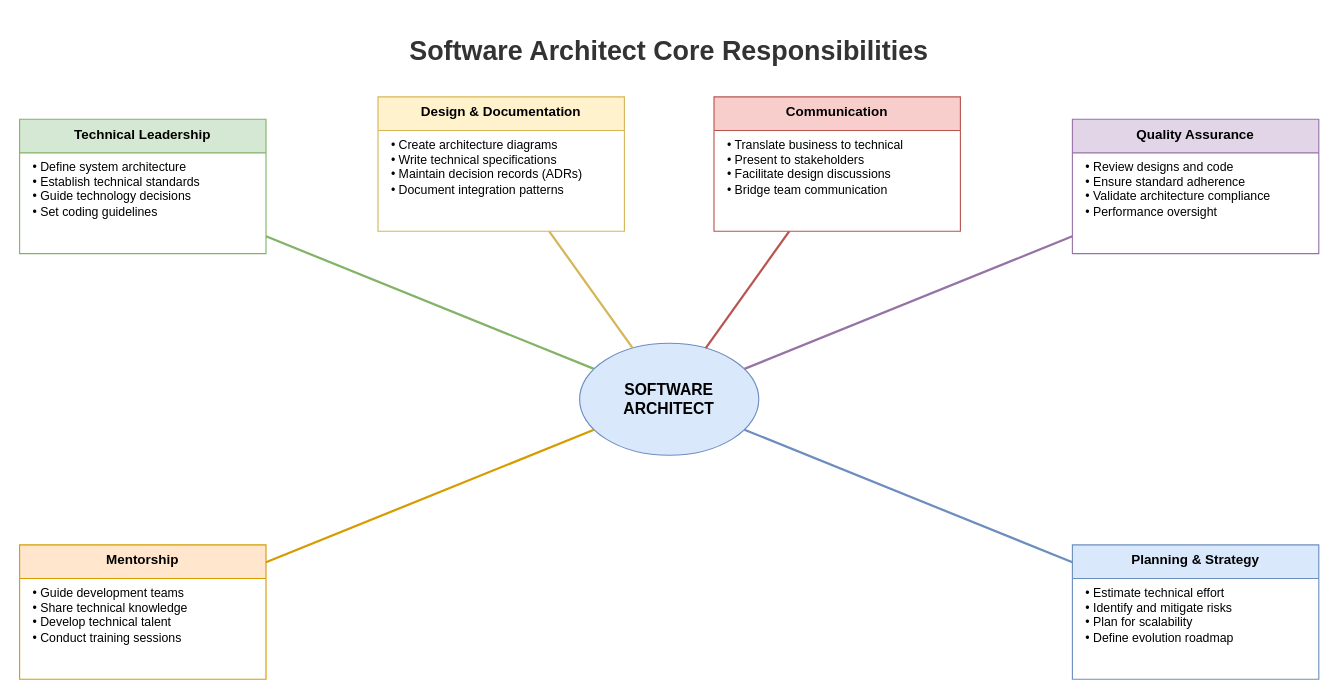
Above: lesson-00-software-architect-overview/diagrams/1.1-core-responsibilities.drawio in MrParkerZ7/document-lesson-software-architect-x-claude (draw.io), before the change. Source tidied: cells renumbered, new cells numbered last; positions are measured from the earlier drawing's top-left corner, leaving out a move shared by most shapes. Both pictures are drawn from the tidied source at 112%, with x=0, y=0 at pixel (19, 29).
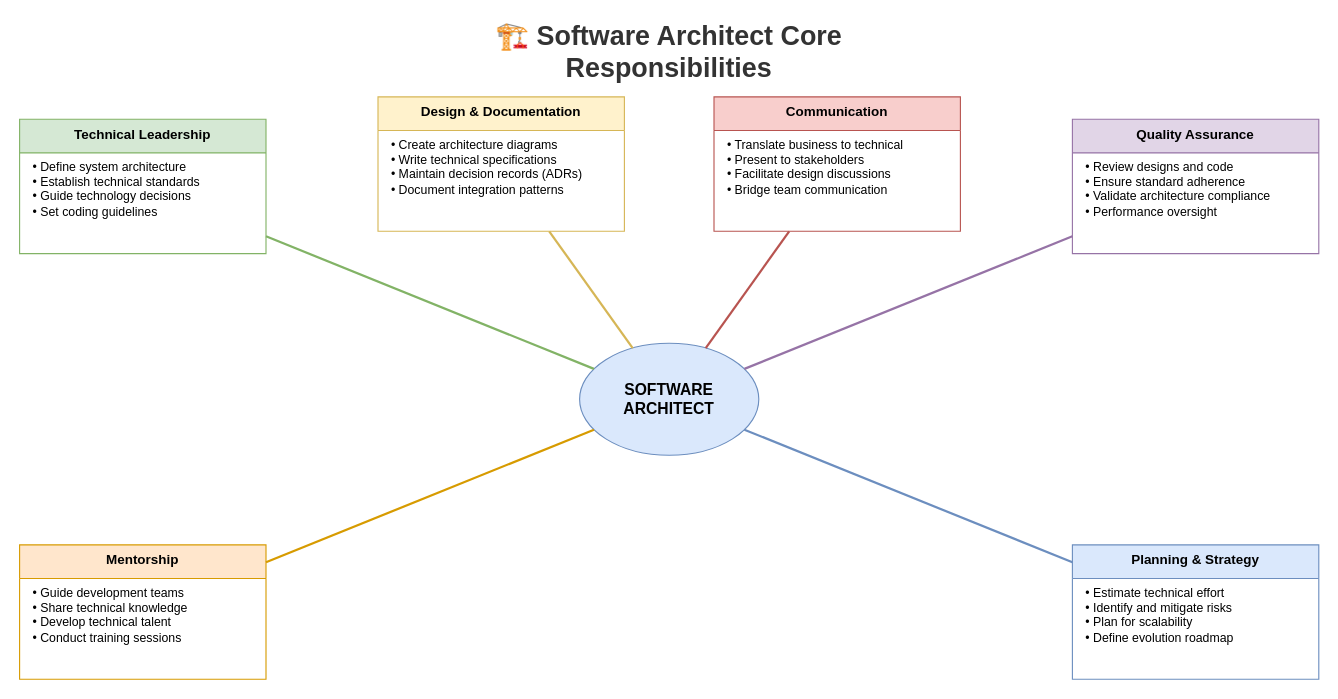
After the change.

The edit, as a diff of the source:
```diff
@@
-    <mxCell id="2" value="Software Architect Core Responsibilities" style="text;html=1;strokeColor=none;fillColor=none;align=center;verticalAlign=middle;whiteSpace=wrap;rounded=0;fontSize=24;fontStyle=1;fontColor=#333333;" parent="1" vertex="1">
+    <mxCell id="2" value="🏗️ Software Architect Core Responsibilities" style="text;html=1;strokeColor=none;fillColor=none;align=center;verticalAlign=middle;whiteSpace=wrap;rounded=0;fontSize=24;fontStyle=1;fontColor=#333333;" parent="1" vertex="1">
       <mxGeometry x="330" width="500" height="40" as="geometry" />
     </mxCell>
```
